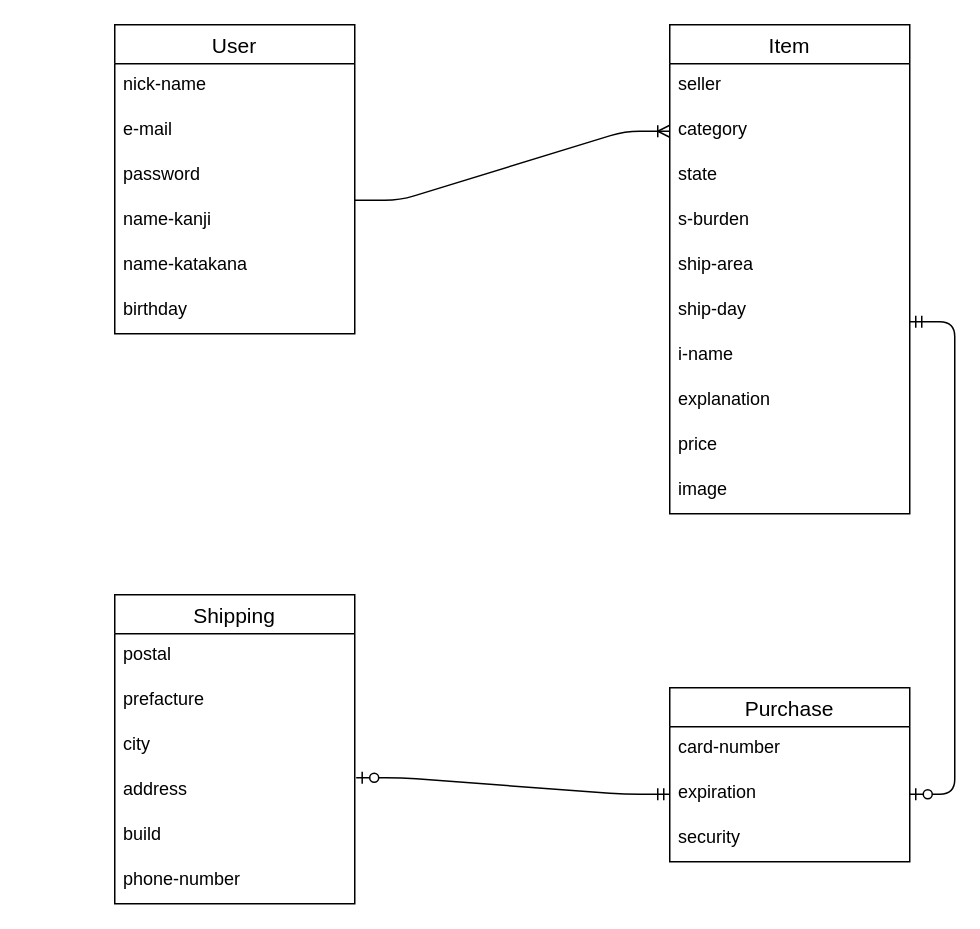
masakichi-eng/furima-33493 keeps this draw.io diagram as detabase.dio. Above is the earlier version. Source tidied: cells renumbered, new cells numbered last; positions are measured from the earlier drawing's top-left corner, leaving out a move shared by most shapes. Both pictures are drawn from the tidied source at 150%, with x=0, y=0 at pixel (24, 24).
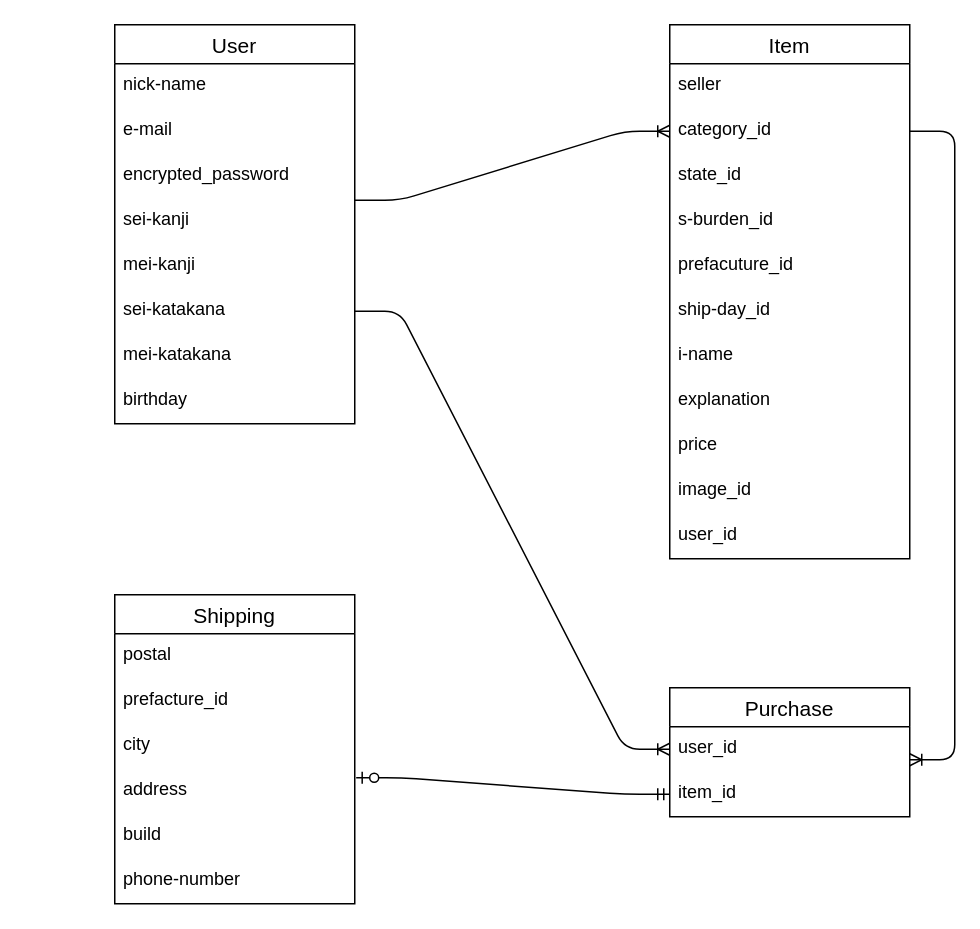
The same page after the edit.

Commit message (it also covers changes not shown here):
データベース設計修正

Unchanged cells that the change refers to:
```xml
<mxCell id="21" value="Shipping" style="swimlane;fontStyle=0;horizontal=1;startSize=26;align=center;fontSize=14;" parent="1" vertex="1">
  <mxGeometry x="60" y="380" width="160" height="206" as="geometry" />
</mxCell>
```

Change to the diagram source:
```diff
@@
     <mxCell id="3" value="Item" style="swimlane;fontStyle=0;horizontal=1;startSize=26;align=center;fontSize=14;" parent="1" vertex="1">
-      <mxGeometry x="430" width="160" height="326" as="geometry" />
+      <mxGeometry x="430" width="160" height="356" as="geometry" />
     </mxCell>
@@
-    <mxCell id="5" value="category" style="text;strokeColor=none;fillColor=none;spacingLeft=4;spacingRight=4;overflow=hidden;points=[[0,0.5],[1,0.5]];portConstraint=eastwest;fontSize=12;" parent="3" vertex="1">
+    <mxCell id="5" value="category_id" style="text;strokeColor=none;fillColor=none;spacingLeft=4;spacingRight=4;overflow=hidden;points=[[0,0.5],[1,0.5]];portConstraint=eastwest;fontSize=12;" parent="3" vertex="1">
       <mxGeometry y="56" width="160" height="30" as="geometry" />
     </mxCell>
-    <mxCell id="6" value="state" style="text;strokeColor=none;fillColor=none;spacingLeft=4;spacingRight=4;overflow=hidden;fontSize=12;" parent="3" vertex="1">
+    <mxCell id="6" value="state_id" style="text;strokeColor=none;fillColor=none;spacingLeft=4;spacingRight=4;overflow=hidden;fontSize=12;" parent="3" vertex="1">
       <mxGeometry y="86" width="160" height="30" as="geometry" />
     </mxCell>
-    <mxCell id="7" value="s-burden" style="text;strokeColor=none;fillColor=none;spacingLeft=4;spacingRight=4;overflow=hidden;fontSize=12;" parent="3" vertex="1">
+    <mxCell id="7" value="s-burden_id" style="text;strokeColor=none;fillColor=none;spacingLeft=4;spacingRight=4;overflow=hidden;fontSize=12;" parent="3" vertex="1">
       <mxGeometry y="116" width="160" height="30" as="geometry" />
     </mxCell>
-    <mxCell id="8" value="ship-area" style="text;strokeColor=none;fillColor=none;spacingLeft=4;spacingRight=4;overflow=hidden;fontSize=12;" parent="3" vertex="1">
+    <mxCell id="8" value="prefacuture_id" style="text;strokeColor=none;fillColor=none;spacingLeft=4;spacingRight=4;overflow=hidden;fontSize=12;" parent="3" vertex="1">
       <mxGeometry y="146" width="160" height="30" as="geometry" />
     </mxCell>
-    <mxCell id="9" value="ship-day" style="text;strokeColor=none;fillColor=none;spacingLeft=4;spacingRight=4;overflow=hidden;fontSize=12;" parent="3" vertex="1">
+    <mxCell id="9" value="ship-day_id" style="text;strokeColor=none;fillColor=none;spacingLeft=4;spacingRight=4;overflow=hidden;fontSize=12;" parent="3" vertex="1">
       <mxGeometry y="176" width="160" height="30" as="geometry" />
     </mxCell>
@@
-    <mxCell id="13" value="image" style="text;strokeColor=none;fillColor=none;spacingLeft=4;spacingRight=4;overflow=hidden;fontSize=12;" parent="3" vertex="1">
+    <mxCell id="13" value="image_id" style="text;strokeColor=none;fillColor=none;spacingLeft=4;spacingRight=4;overflow=hidden;fontSize=12;" parent="3" vertex="1">
       <mxGeometry y="296" width="160" height="30" as="geometry" />
     </mxCell>
+    <mxCell id="35" value="user_id" style="text;strokeColor=none;fillColor=none;spacingLeft=4;spacingRight=4;overflow=hidden;fontSize=12;" parent="3" vertex="1">
+      <mxGeometry y="326" width="160" height="30" as="geometry" />
+    </mxCell>
     <mxCell id="14" value="User" style="swimlane;fontStyle=0;horizontal=1;startSize=26;align=center;fontSize=14;" parent="1" vertex="1">
-      <mxGeometry x="60" width="160" height="206" as="geometry" />
+      <mxGeometry x="60" width="160" height="266" as="geometry" />
     </mxCell>
@@
-    <mxCell id="17" value="password" style="text;strokeColor=none;fillColor=none;spacingLeft=4;spacingRight=4;overflow=hidden;fontSize=12;" parent="14" vertex="1">
+    <mxCell id="17" value="encrypted_password" style="text;strokeColor=none;fillColor=none;spacingLeft=4;spacingRight=4;overflow=hidden;fontSize=12;" parent="14" vertex="1">
       <mxGeometry y="86" width="160" height="30" as="geometry" />
     </mxCell>
-    <mxCell id="18" value="name-kanji" style="text;strokeColor=none;fillColor=none;spacingLeft=4;spacingRight=4;overflow=hidden;fontSize=12;" parent="14" vertex="1">
+    <mxCell id="18" value="sei-kanji" style="text;strokeColor=none;fillColor=none;spacingLeft=4;spacingRight=4;overflow=hidden;fontSize=12;" parent="14" vertex="1">
       <mxGeometry y="116" width="160" height="30" as="geometry" />
     </mxCell>
+    <mxCell id="36" value="mei-kanji" style="text;strokeColor=none;fillColor=none;spacingLeft=4;spacingRight=4;overflow=hidden;fontSize=12;" parent="14" vertex="1">
+      <mxGeometry y="146" width="160" height="30" as="geometry" />
+    </mxCell>
-    <mxCell id="19" value="name-katakana" style="text;strokeColor=none;fillColor=none;spacingLeft=4;spacingRight=4;overflow=hidden;points=[[0,0.5],[1,0.5]];portConstraint=eastwest;fontSize=12;" parent="14" vertex="1">
-      <mxGeometry y="146" width="160" height="30" as="geometry" />
+    <mxCell id="19" value="sei-katakana" style="text;strokeColor=none;fillColor=none;spacingLeft=4;spacingRight=4;overflow=hidden;points=[[0,0.5],[1,0.5]];portConstraint=eastwest;fontSize=12;" parent="14" vertex="1">
+      <mxGeometry y="176" width="160" height="30" as="geometry" />
     </mxCell>
+    <mxCell id="37" value="mei-katakana" style="text;strokeColor=none;fillColor=none;spacingLeft=4;spacingRight=4;overflow=hidden;fontSize=12;" parent="14" vertex="1">
+      <mxGeometry y="206" width="160" height="30" as="geometry" />
+    </mxCell>
     <mxCell id="20" value="birthday" style="text;strokeColor=none;fillColor=none;spacingLeft=4;spacingRight=4;overflow=hidden;fontSize=12;" parent="14" vertex="1">
-      <mxGeometry y="176" width="160" height="30" as="geometry" />
+      <mxGeometry y="236" width="160" height="30" as="geometry" />
     </mxCell>
@@
-    <mxCell id="23" value="prefacture" style="text;strokeColor=none;fillColor=none;spacingLeft=4;spacingRight=4;overflow=hidden;fontSize=12;" parent="21" vertex="1">
+    <mxCell id="23" value="prefacture_id" style="text;strokeColor=none;fillColor=none;spacingLeft=4;spacingRight=4;overflow=hidden;fontSize=12;" parent="21" vertex="1">
       <mxGeometry y="56" width="160" height="30" as="geometry" />
     </mxCell>
@@
     <mxCell id="28" value="Purchase" style="swimlane;fontStyle=0;horizontal=1;startSize=26;align=center;fontSize=14;" parent="1" vertex="1">
-      <mxGeometry x="430" y="442" width="160" height="116" as="geometry" />
+      <mxGeometry x="430" y="442" width="160" height="86" as="geometry" />
     </mxCell>
-    <mxCell id="29" value="card-number" style="text;strokeColor=none;fillColor=none;spacingLeft=4;spacingRight=4;overflow=hidden;points=[[0,0.5],[1,0.5]];portConstraint=eastwest;fontSize=12;" parent="28" vertex="1">
+    <mxCell id="29" value="user_id" style="text;strokeColor=none;fillColor=none;spacingLeft=4;spacingRight=4;overflow=hidden;points=[[0,0.5],[1,0.5]];portConstraint=eastwest;fontSize=12;" parent="28" vertex="1">
       <mxGeometry y="26" width="160" height="30" as="geometry" />
     </mxCell>
-    <mxCell id="30" value="expiration" style="text;strokeColor=none;fillColor=none;spacingLeft=4;spacingRight=4;overflow=hidden;points=[[0,0.5],[1,0.5]];portConstraint=eastwest;fontSize=12;" parent="28" vertex="1">
+    <mxCell id="30" value="item_id" style="text;strokeColor=none;fillColor=none;spacingLeft=4;spacingRight=4;overflow=hidden;points=[[0,0.5],[1,0.5]];portConstraint=eastwest;fontSize=12;" parent="28" vertex="1">
       <mxGeometry y="56" width="160" height="30" as="geometry" />
     </mxCell>
-    <mxCell id="31" value="security" style="text;strokeColor=none;fillColor=none;spacingLeft=4;spacingRight=4;overflow=hidden;fontSize=12;" parent="28" vertex="1">
-      <mxGeometry y="86" width="160" height="30" as="geometry" />
-    </mxCell>
@@
-    <mxCell id="33" style="edgeStyle=entityRelationEdgeStyle;fontSize=12;html=1;endArrow=ERzeroToOne;startArrow=ERmandOne;entryX=1;entryY=0.5;entryDx=0;entryDy=0;" parent="1" edge="1" target="30">
-      <mxGeometry relative="1" as="geometry">
-        <mxPoint x="590" y="198" as="sourcePoint" />
-      </mxGeometry>
-    </mxCell>
@@
+    <mxCell id="38" style="edgeStyle=entityRelationEdgeStyle;fontSize=12;html=1;endArrow=ERoneToMany;exitX=1;exitY=0.5;exitDx=0;exitDy=0;entryX=0;entryY=0.5;entryDx=0;entryDy=0;" parent="1" edge="1" source="19" target="29">
+      <mxGeometry relative="1" as="geometry" />
+    </mxCell>
+    <mxCell id="39" style="edgeStyle=entityRelationEdgeStyle;fontSize=12;html=1;endArrow=ERoneToMany;exitX=1;exitY=0.5;exitDx=0;exitDy=0;entryX=1;entryY=0.733;entryDx=0;entryDy=0;entryPerimeter=0;" parent="1" edge="1" source="5" target="29">
+      <mxGeometry relative="1" as="geometry" />
+    </mxCell>
```
